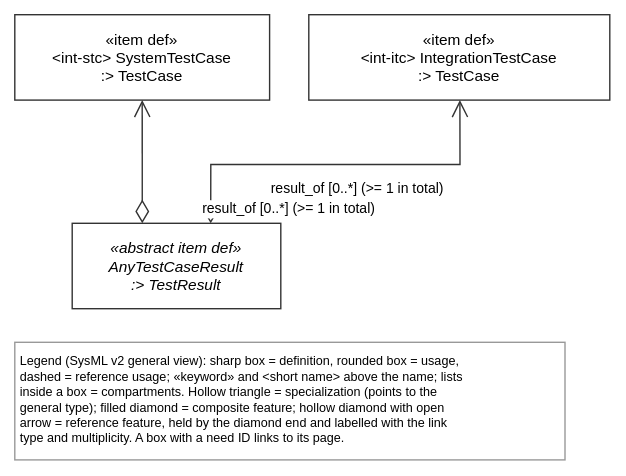
tiacsys/xdmod keeps this draw.io diagram as views/intNeeds.drawio.svg. Above is the earlier version. Source tidied: cells renumbered, new cells last; positions are measured from the earlier drawing's top-left corner, leaving out a move shared by most shapes.
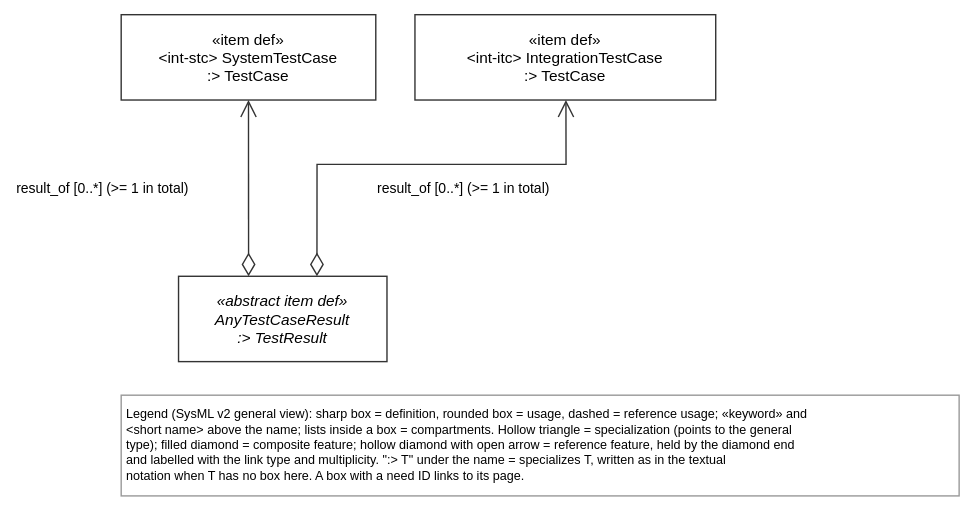
Later version of the same file.

Change to the diagram source:
```diff
@@ -3,29 +3,29 @@
     <mxCell id="0" />
     <mxCell id="1" parent="0" />
     <mxCell id="2" value="«abstract item def»&#10;AnyTestCaseResult&#10;:&gt; TestResult" style="html=0;fontFamily=Helvetica;fontSize=11;strokeColor=#333333;rounded=0;fillColor=#FFFFFF;fontStyle=2;verticalAlign=middle;" parent="1" vertex="1">
-      <mxGeometry x="41" y="149" width="149" height="61" as="geometry" />
+      <mxGeometry x="154" y="187" width="149" height="61" as="geometry" />
     </mxCell>
     <mxCell id="3" value="«item def»&#10;&lt;int-itc&gt; IntegrationTestCase&#10;:&gt; TestCase" style="html=0;fontFamily=Helvetica;fontSize=11;strokeColor=#333333;rounded=0;fillColor=#FFFFFF;verticalAlign=middle;" parent="1" vertex="1">
-      <mxGeometry x="210" width="215" height="61" as="geometry" />
+      <mxGeometry x="323" width="215" height="61" as="geometry" />
     </mxCell>
     <mxCell id="4" value="«item def»&#10;&lt;int-stc&gt; SystemTestCase&#10;:&gt; TestCase" style="html=0;fontFamily=Helvetica;fontSize=11;strokeColor=#333333;rounded=0;fillColor=#FFFFFF;verticalAlign=middle;" parent="1" vertex="1">
-      <mxGeometry width="182" height="61" as="geometry" />
+      <mxGeometry x="113" width="182" height="61" as="geometry" />
     </mxCell>
-    <mxCell id="5" value="Legend (SysML v2 general view): sharp box = definition, rounded box = usage,&#10;dashed = reference usage; «keyword» and &lt;short name&gt; above the name; lists&#10;inside a box = compartments. Hollow triangle = specialization (points to the&#10;general type); filled diamond = composite feature; hollow diamond with open&#10;arrow = reference feature, held by the diamond end and labelled with the link&#10;type and multiplicity. A box with a need ID links to its page." style="text;html=0;align=left;verticalAlign=top;fontFamily=Helvetica;fontSize=9;fillColor=#FFFFFF;strokeColor=#999999;spacing=4;" parent="1" vertex="1">
-      <mxGeometry y="234" width="393" height="84" as="geometry" />
+    <mxCell id="5" value="Legend (SysML v2 general view): sharp box = definition, rounded box = usage, dashed = reference usage; «keyword» and&#10;&lt;short name&gt; above the name; lists inside a box = compartments. Hollow triangle = specialization (points to the general&#10;type); filled diamond = composite feature; hollow diamond with open arrow = reference feature, held by the diamond end&#10;and labelled with the link type and multiplicity. &quot;:&gt; T&quot; under the name = specializes T, written as in the textual&#10;notation when T has no box here. A box with a need ID links to its page." style="text;html=0;align=left;verticalAlign=top;fontFamily=Helvetica;fontSize=9;fillColor=#FFFFFF;strokeColor=#999999;spacing=4;" parent="1" vertex="1">
+      <mxGeometry x="113" y="272" width="599" height="72" as="geometry" />
     </mxCell>
     <mxCell id="6" value="result_of [0..*] (&gt;= 1 in total)" style="html=0;rounded=0;endSize=10;startSize=14;fontFamily=Helvetica;fontSize=10;labelBackgroundColor=#FFFFFF;strokeColor=#333333;startArrow=diamondThin;startFill=0;endArrow=open;exitX=0.664;exitY=0.000;exitDx=0;exitDy=0;exitPerimeter=0;entryX=0.502;entryY=1.000;entryDx=0;entryDy=0;entryPerimeter=0;" parent="1" edge="1" source="2" target="3">
       <mxGeometry relative="1" as="geometry">
         <Array as="points">
-          <mxPoint x="140" y="107" />
-          <mxPoint x="318" y="107" />
+          <mxPoint x="253" y="107" />
+          <mxPoint x="431" y="107" />
         </Array>
-        <mxPoint x="14" y="17" as="offset" />
+        <mxPoint x="33" y="17" as="offset" />
       </mxGeometry>
     </mxCell>
     <mxCell id="7" value="result_of [0..*] (&gt;= 1 in total)" style="html=0;rounded=0;endSize=10;startSize=14;fontFamily=Helvetica;fontSize=10;labelBackgroundColor=#FFFFFF;strokeColor=#333333;startArrow=diamondThin;startFill=0;endArrow=open;exitX=0.336;exitY=0.000;exitDx=0;exitDy=0;exitPerimeter=0;entryX=0.500;entryY=1.000;entryDx=0;entryDy=0;entryPerimeter=0;" parent="1" edge="1" source="2" target="4">
       <mxGeometry relative="1" as="geometry">
-        <mxPoint x="105" y="33" as="offset" />
+        <mxPoint x="-104" as="offset" />
       </mxGeometry>
     </mxCell>
   </root>
```
